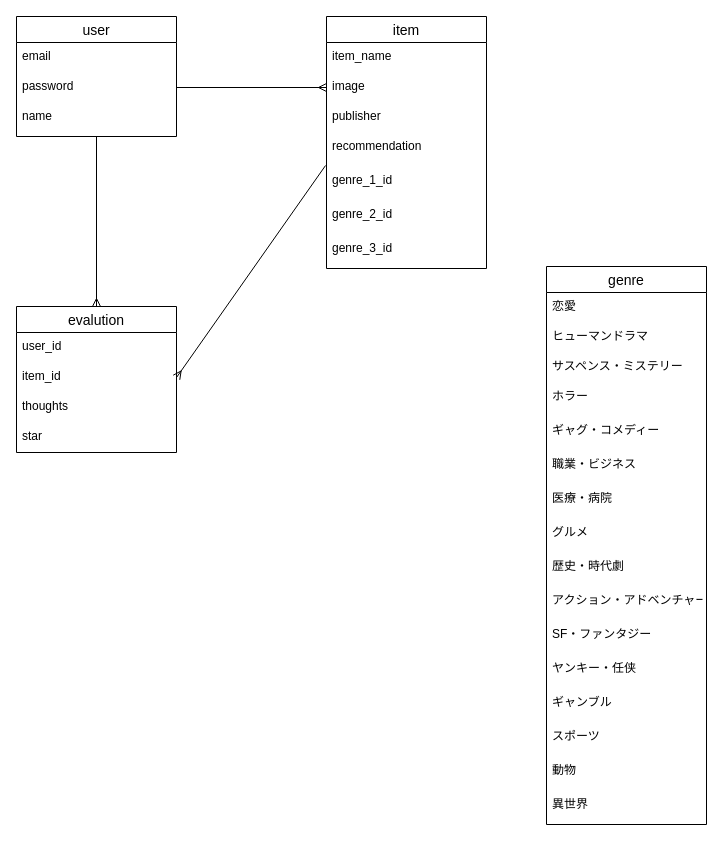
Earlier version of the draw.io diagram database.dio (oshikubo1201/comic_app). Source tidied: cells renumbered, new cells numbered last; positions are measured from the earlier drawing's top-left corner, leaving out a move shared by most shapes. Both pictures are drawn from the tidied source at 100%, with x=0, y=0 at pixel (16, 16).
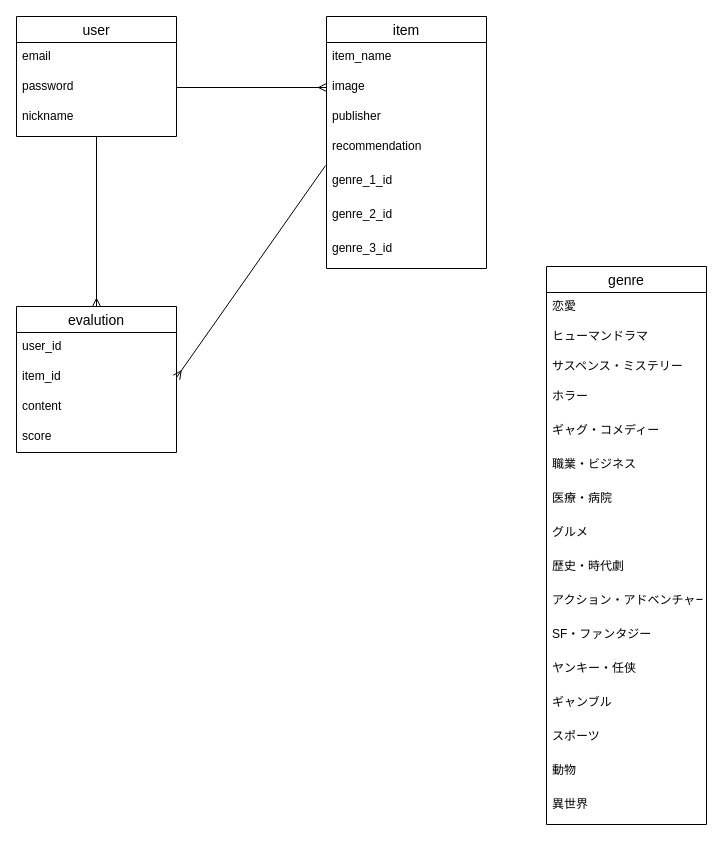
The same page after the edit.

Unchanged cells that the change refers to:
```xml
<mxCell id="3" value="user" style="swimlane;fontStyle=0;horizontal=1;startSize=26;align=center;fontSize=14;" parent="1" vertex="1">
  <mxGeometry width="160" height="120" as="geometry" />
</mxCell>
<mxCell id="5" value="password&#10;" style="text;strokeColor=none;fillColor=none;spacingLeft=4;spacingRight=4;overflow=hidden;points=[[0,0.5],[1,0.5]];portConstraint=eastwest;fontSize=12;" parent="3" vertex="1">
  <mxGeometry y="56" width="160" height="30" as="geometry" />
</mxCell>
<mxCell id="17" value="evalution" style="swimlane;fontStyle=0;horizontal=1;startSize=26;align=center;fontSize=14;" parent="1" vertex="1">
  <mxGeometry y="290" width="160" height="146" as="geometry" />
</mxCell>
```

The edit, as a diff of the source:
```diff
@@
-    <mxCell id="6" value="name" style="text;strokeColor=none;fillColor=none;spacingLeft=4;spacingRight=4;overflow=hidden;fontSize=12;" parent="3" vertex="1">
+    <mxCell id="6" value="nickname" style="text;strokeColor=none;fillColor=none;spacingLeft=4;spacingRight=4;overflow=hidden;fontSize=12;" parent="3" vertex="1">
       <mxGeometry y="86" width="160" height="34" as="geometry" />
     </mxCell>
@@
-    <mxCell id="16" style="edgeStyle=none;html=1;exitX=1;exitY=0.5;exitDx=0;exitDy=0;endArrow=ERmany;endFill=0;" parent="1" edge="1" source="5">
+    <mxCell id="16" style="edgeStyle=none;html=1;exitX=1;exitY=0.5;exitDx=0;exitDy=0;endArrow=ERmany;endFill=0;startArrow=none;startFill=0;" parent="1" edge="1" source="5">
       <mxGeometry relative="1" as="geometry">
         <mxPoint x="310" y="71" as="targetPoint" />
       </mxGeometry>
     </mxCell>
@@
-    <mxCell id="20" value="thoughts" style="text;strokeColor=none;fillColor=none;spacingLeft=4;spacingRight=4;overflow=hidden;fontSize=12;" parent="17" vertex="1">
+    <mxCell id="20" value="content" style="text;strokeColor=none;fillColor=none;spacingLeft=4;spacingRight=4;overflow=hidden;fontSize=12;" parent="17" vertex="1">
       <mxGeometry y="86" width="160" height="30" as="geometry" />
     </mxCell>
-    <mxCell id="21" value="star" style="text;strokeColor=none;fillColor=none;spacingLeft=4;spacingRight=4;overflow=hidden;fontSize=12;" parent="17" vertex="1">
+    <mxCell id="21" value="score" style="text;strokeColor=none;fillColor=none;spacingLeft=4;spacingRight=4;overflow=hidden;fontSize=12;" parent="17" vertex="1">
       <mxGeometry y="116" width="160" height="30" as="geometry" />
     </mxCell>
```
